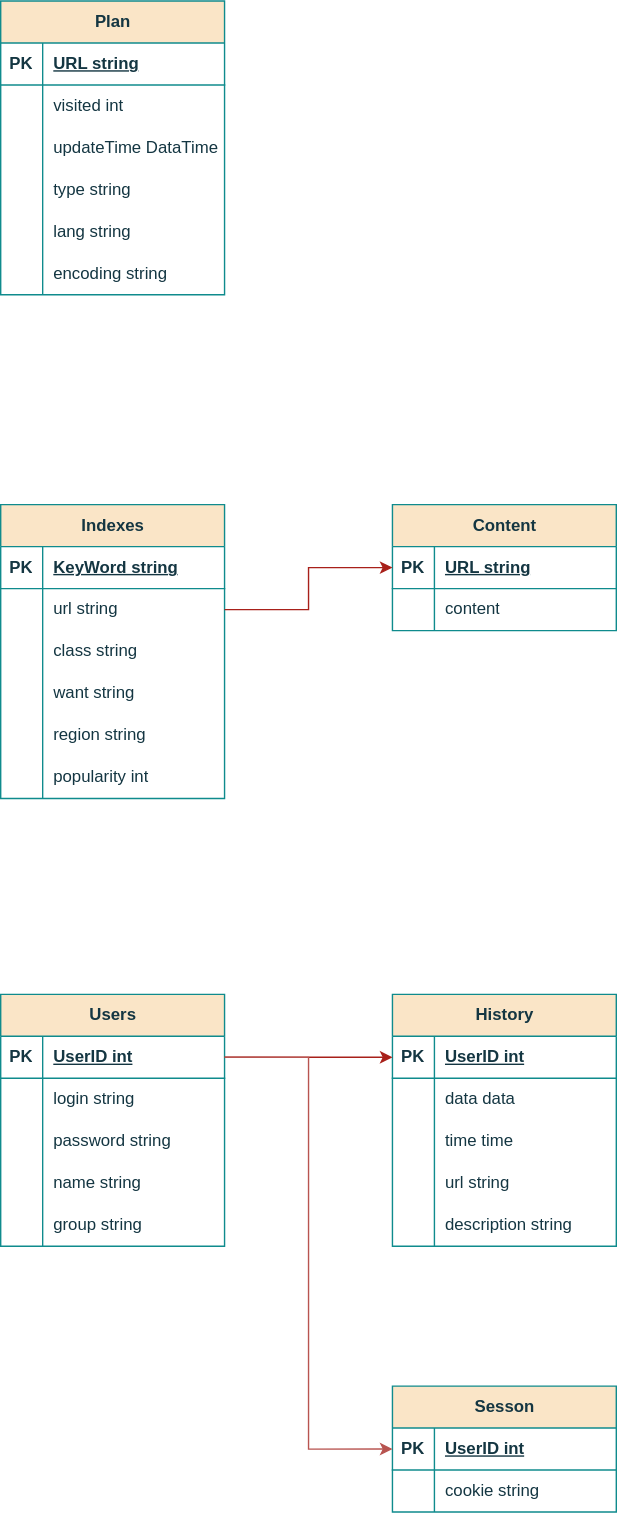
Before: img/DBchart.drawio.svg, a diagram exported from draw.io (AlfaIV/TP_highload). Source tidied: cells renumbered, new cells last; positions are measured from the earlier drawing's top-left corner, leaving out a move shared by most shapes.
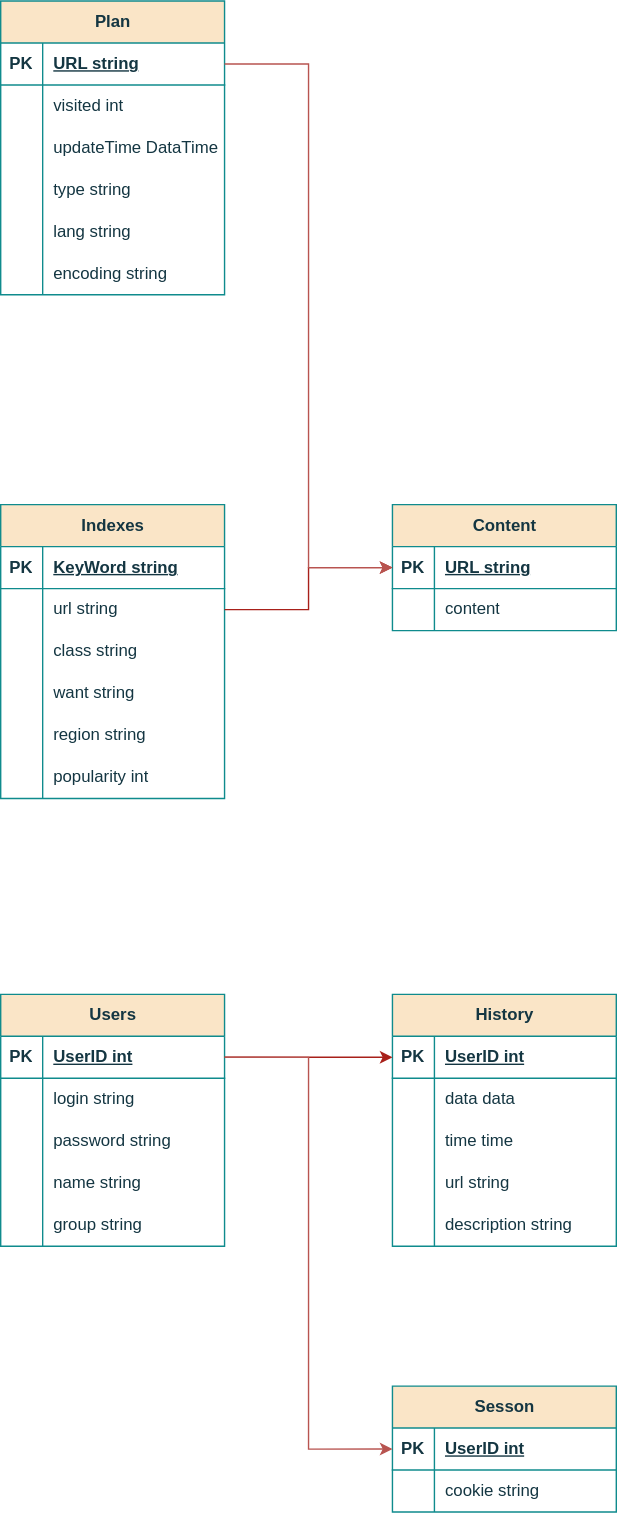
The same diagram one commit later.

The edit, as a diff of the source:
```diff
@@ -263,5 +263,8 @@
     <mxCell id="88" value="encoding string" style="shape=partialRectangle;fillColor=none;top=0;left=0;bottom=0;right=0;align=left;spacingLeft=6;overflow=hidden;whiteSpace=wrap;html=1;labelBackgroundColor=none;strokeColor=#0F8B8D;fontColor=#143642;" parent="86" vertex="1">
       <mxGeometry x="30" width="130" height="30" as="geometry" />
     </mxCell>
+    <mxCell id="89" style="edgeStyle=orthogonalEdgeStyle;rounded=0;jettySize=auto;html=1;entryX=0;entryY=0.5;entryDx=0;entryDy=0;fillColor=#f8cecc;strokeColor=#b85450;" parent="1" edge="1" source="71" target="55">
+      <mxGeometry relative="1" as="geometry" />
+    </mxCell>
   </root>
 </mxGraphModel>
```
